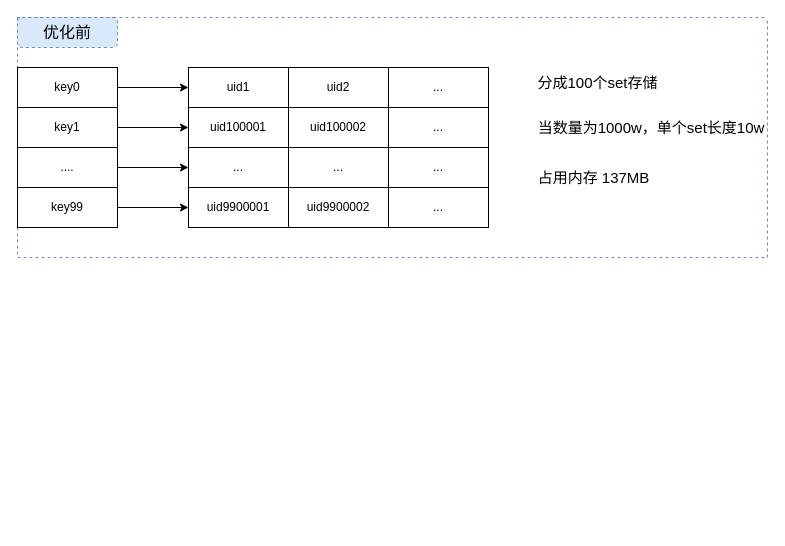
Above: test8.drawio in lewiskyo/test_git (draw.io), before the change. Source tidied: cells renumbered, new cells numbered last; positions are measured from the earlier drawing's top-left corner, leaving out a move shared by most shapes. Both pictures are drawn from the tidied source at 100%, with x=0, y=0 at pixel (17, 17).
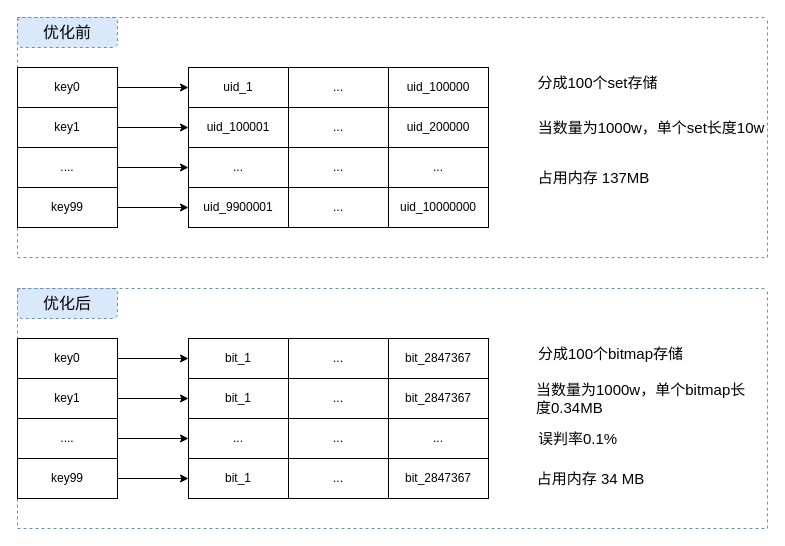
After the change.

The change refers to these unchanged cells:
```xml
<mxCell id="2" style="swimlane;startSize=0;fontFamily=Verdana;fontSize=13;dashed=1;fillColor=#dae8fc;strokeColor=#6c8ebf;" parent="1" vertex="1">
  <mxGeometry width="750" height="240" as="geometry" />
</mxCell>
```

Change to the diagram source:
```diff
@@
-    <mxCell id="8" value="uid1" style="rounded=0;whiteSpace=wrap;html=1;" parent="2" vertex="1">
+    <mxCell id="8" value="uid_1" style="rounded=0;whiteSpace=wrap;html=1;" parent="2" vertex="1">
       <mxGeometry x="171" y="50" width="100" height="40" as="geometry" />
     </mxCell>
-    <mxCell id="9" value="uid2" style="rounded=0;whiteSpace=wrap;html=1;" parent="2" vertex="1">
+    <mxCell id="9" value="..." style="rounded=0;whiteSpace=wrap;html=1;" parent="2" vertex="1">
       <mxGeometry x="271" y="50" width="100" height="40" as="geometry" />
     </mxCell>
-    <mxCell id="10" value="..." style="rounded=0;whiteSpace=wrap;html=1;" parent="2" vertex="1">
+    <mxCell id="10" value="uid_100000" style="rounded=0;whiteSpace=wrap;html=1;" parent="2" vertex="1">
       <mxGeometry x="371" y="50" width="100" height="40" as="geometry" />
     </mxCell>
-    <mxCell id="11" value="uid100001" style="rounded=0;whiteSpace=wrap;html=1;" parent="2" vertex="1">
+    <mxCell id="11" value="uid_100001" style="rounded=0;whiteSpace=wrap;html=1;" parent="2" vertex="1">
       <mxGeometry x="171" y="90" width="100" height="40" as="geometry" />
     </mxCell>
-    <mxCell id="12" value="uid100002" style="rounded=0;whiteSpace=wrap;html=1;" parent="2" vertex="1">
+    <mxCell id="12" value="..." style="rounded=0;whiteSpace=wrap;html=1;" parent="2" vertex="1">
       <mxGeometry x="271" y="90" width="100" height="40" as="geometry" />
     </mxCell>
-    <mxCell id="13" value="..." style="rounded=0;whiteSpace=wrap;html=1;" parent="2" vertex="1">
+    <mxCell id="13" value="uid_200000" style="rounded=0;whiteSpace=wrap;html=1;" parent="2" vertex="1">
       <mxGeometry x="371" y="90" width="100" height="40" as="geometry" />
     </mxCell>
@@
-    <mxCell id="17" value="uid9900001" style="rounded=0;whiteSpace=wrap;html=1;" parent="2" vertex="1">
+    <mxCell id="17" value="uid_9900001" style="rounded=0;whiteSpace=wrap;html=1;" parent="2" vertex="1">
       <mxGeometry x="171" y="170" width="100" height="40" as="geometry" />
     </mxCell>
-    <mxCell id="18" value="uid9900002" style="rounded=0;whiteSpace=wrap;html=1;" parent="2" vertex="1">
+    <mxCell id="18" value="..." style="rounded=0;whiteSpace=wrap;html=1;" parent="2" vertex="1">
       <mxGeometry x="271" y="170" width="100" height="40" as="geometry" />
     </mxCell>
-    <mxCell id="19" value="..." style="rounded=0;whiteSpace=wrap;html=1;" parent="2" vertex="1">
+    <mxCell id="19" value="uid_10000000" style="rounded=0;whiteSpace=wrap;html=1;" parent="2" vertex="1">
       <mxGeometry x="371" y="170" width="100" height="40" as="geometry" />
     </mxCell>
@@
+    <mxCell id="27" style="swimlane;startSize=0;fontFamily=Verdana;fontSize=13;dashed=1;fillColor=#dae8fc;strokeColor=#6c8ebf;" parent="1" vertex="1">
+      <mxGeometry y="271" width="750" height="240" as="geometry" />
+    </mxCell>
+    <mxCell id="28" value="优化后" style="rounded=1;whiteSpace=wrap;html=1;dashed=1;fontFamily=Verdana;fontSize=16;fillColor=#dae8fc;strokeColor=#6c8ebf;" parent="27" vertex="1">
+      <mxGeometry width="100" height="30" as="geometry" />
+    </mxCell>
+    <mxCell id="29" value="key0" style="rounded=0;whiteSpace=wrap;html=1;" parent="27" vertex="1">
+      <mxGeometry y="50" width="100" height="40" as="geometry" />
+    </mxCell>
+    <mxCell id="30" value="key1" style="rounded=0;whiteSpace=wrap;html=1;" parent="27" vertex="1">
+      <mxGeometry y="90" width="100" height="40" as="geometry" />
+    </mxCell>
+    <mxCell id="31" value="...." style="rounded=0;whiteSpace=wrap;html=1;" parent="27" vertex="1">
+      <mxGeometry y="130" width="100" height="40" as="geometry" />
+    </mxCell>
+    <mxCell id="32" value="key99" style="rounded=0;whiteSpace=wrap;html=1;" parent="27" vertex="1">
+      <mxGeometry y="170" width="100" height="40" as="geometry" />
+    </mxCell>
+    <mxCell id="33" value="bit_1" style="rounded=0;whiteSpace=wrap;html=1;" parent="27" vertex="1">
+      <mxGeometry x="171" y="50" width="100" height="40" as="geometry" />
+    </mxCell>
+    <mxCell id="34" value="..." style="rounded=0;whiteSpace=wrap;html=1;" parent="27" vertex="1">
+      <mxGeometry x="271" y="50" width="100" height="40" as="geometry" />
+    </mxCell>
+    <mxCell id="35" value="bit_2847367" style="rounded=0;whiteSpace=wrap;html=1;" parent="27" vertex="1">
+      <mxGeometry x="371" y="50" width="100" height="40" as="geometry" />
+    </mxCell>
+    <mxCell id="36" value="bit_1" style="rounded=0;whiteSpace=wrap;html=1;" parent="27" vertex="1">
+      <mxGeometry x="171" y="90" width="100" height="40" as="geometry" />
+    </mxCell>
+    <mxCell id="37" value="..." style="rounded=0;whiteSpace=wrap;html=1;" parent="27" vertex="1">
+      <mxGeometry x="271" y="90" width="100" height="40" as="geometry" />
+    </mxCell>
+    <mxCell id="38" value="bit_2847367" style="rounded=0;whiteSpace=wrap;html=1;" parent="27" vertex="1">
+      <mxGeometry x="371" y="90" width="100" height="40" as="geometry" />
+    </mxCell>
+    <mxCell id="39" value="..." style="rounded=0;whiteSpace=wrap;html=1;" parent="27" vertex="1">
+      <mxGeometry x="171" y="130" width="100" height="40" as="geometry" />
+    </mxCell>
+    <mxCell id="40" value="..." style="rounded=0;whiteSpace=wrap;html=1;" parent="27" vertex="1">
+      <mxGeometry x="271" y="130" width="100" height="40" as="geometry" />
+    </mxCell>
+    <mxCell id="41" value="..." style="rounded=0;whiteSpace=wrap;html=1;" parent="27" vertex="1">
+      <mxGeometry x="371" y="130" width="100" height="40" as="geometry" />
+    </mxCell>
+    <mxCell id="42" value="bit_1" style="rounded=0;whiteSpace=wrap;html=1;" parent="27" vertex="1">
+      <mxGeometry x="171" y="170" width="100" height="40" as="geometry" />
+    </mxCell>
+    <mxCell id="43" value="..." style="rounded=0;whiteSpace=wrap;html=1;" parent="27" vertex="1">
+      <mxGeometry x="271" y="170" width="100" height="40" as="geometry" />
+    </mxCell>
+    <mxCell id="44" value="bit_2847367" style="rounded=0;whiteSpace=wrap;html=1;" parent="27" vertex="1">
+      <mxGeometry x="371" y="170" width="100" height="40" as="geometry" />
+    </mxCell>
+    <mxCell id="45" style="endArrow=classic;html=1;rounded=0;exitX=1;exitY=0.5;exitDx=0;exitDy=0;entryX=0;entryY=0.5;entryDx=0;entryDy=0;" parent="27" edge="1" source="31" target="39">
+      <mxGeometry relative="1" as="geometry" />
+    </mxCell>
+    <mxCell id="46" style="endArrow=classic;html=1;rounded=0;exitX=1;exitY=0.5;exitDx=0;exitDy=0;" parent="27" edge="1" source="32" target="42">
+      <mxGeometry relative="1" as="geometry" />
+    </mxCell>
+    <mxCell id="47" style="endArrow=classic;html=1;rounded=0;exitX=1;exitY=0.5;exitDx=0;exitDy=0;entryX=0;entryY=0.5;entryDx=0;entryDy=0;" parent="27" edge="1" source="29" target="33">
+      <mxGeometry relative="1" as="geometry" />
+    </mxCell>
+    <mxCell id="48" style="endArrow=classic;html=1;rounded=0;exitX=1;exitY=0.5;exitDx=0;exitDy=0;entryX=0;entryY=0.5;entryDx=0;entryDy=0;" parent="27" edge="1" source="30" target="36">
+      <mxGeometry relative="1" as="geometry" />
+    </mxCell>
+    <mxCell id="49" value="分成100个bitmap存储" style="text;html=1;strokeColor=none;fillColor=none;align=center;verticalAlign=middle;whiteSpace=wrap;rounded=0;fontSize=15;" parent="27" vertex="1">
+      <mxGeometry x="514" y="50" width="159" height="30" as="geometry" />
+    </mxCell>
+    <mxCell id="50" value="当数量为1000w，单个bitmap长度0.34MB" style="text;html=1;strokeColor=none;fillColor=none;align=left;verticalAlign=middle;whiteSpace=wrap;rounded=0;fontSize=15;" parent="27" vertex="1">
+      <mxGeometry x="517" y="90" width="217" height="40" as="geometry" />
+    </mxCell>
+    <mxCell id="51" value="占用内存 34 MB" style="text;html=1;strokeColor=none;fillColor=none;align=center;verticalAlign=middle;whiteSpace=wrap;rounded=0;fontSize=15;" parent="27" vertex="1">
+      <mxGeometry x="504" y="170" width="139" height="40" as="geometry" />
+    </mxCell>
+    <mxCell id="52" value="误判率0.1%" style="text;html=1;strokeColor=none;fillColor=none;align=center;verticalAlign=middle;whiteSpace=wrap;rounded=0;fontSize=15;" parent="27" vertex="1">
+      <mxGeometry x="491" y="130" width="139" height="40" as="geometry" />
+    </mxCell>
```
